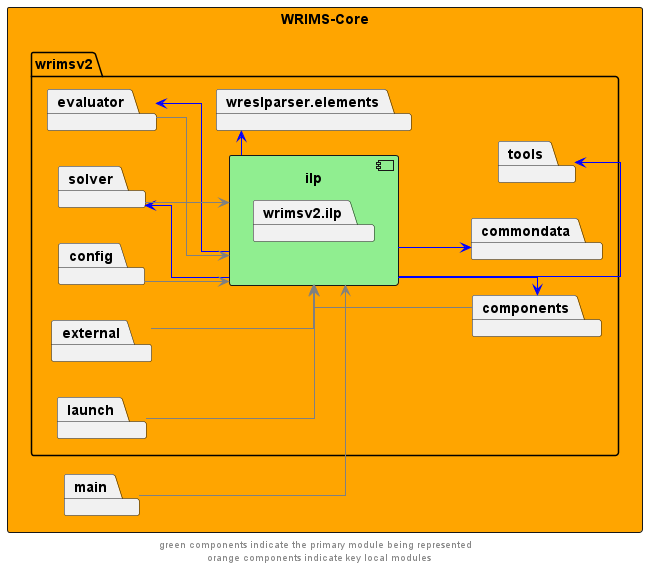
Above: docs/diagrams/wrims-core/wrims-core_ilp.png in CentralValleyModeling/wrims (PlantUML), before the change. Source of this version:
```plantuml
@startuml
left to right direction
skinparam linetype ortho

rectangle wrims_core as "WRIMS-Core" #orange {
        package wrimsv2{
            package ilp {
                component ilp #lightgreen {
                    package wrimsv2.ilp
                }
            }
        package commondata
        package components
        package evaluator
        package solver
        package tools
        package wreslparser.elements

        package config
        package external
        package launch
    }
package main
}

ilp -->  components #blue
components -left->  ilp #grey
ilp -left->  evaluator #blue
evaluator -->  ilp #grey
ilp -left->  solver #blue
solver -->  ilp #grey

ilp -->  commondata #blue
ilp -->  tools #blue
ilp -r->  wreslparser.elements #blue

config --> ilp #grey
external --> ilp #grey
launch --> ilp #grey

main --> ilp #grey


footer "green components indicate the primary module being represented \n orange components indicate key local modules"
@enduml
```
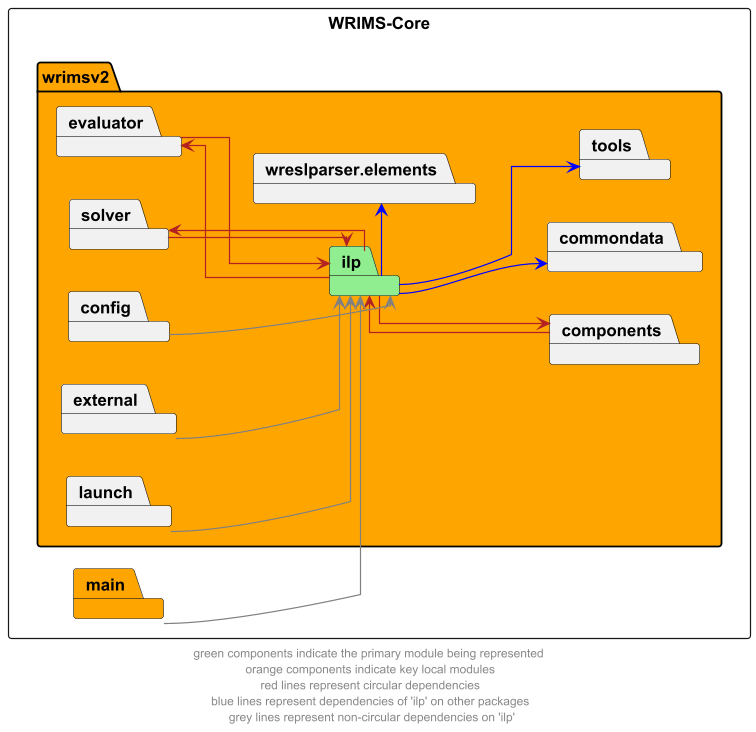
The same file after the commit.

The edit, as a diff of the source:
```diff
@@ -2,13 +2,9 @@
 left to right direction
 skinparam linetype ortho
 
-rectangle wrims_core as "WRIMS-Core" #orange {
-        package wrimsv2{
-            package ilp {
-                component ilp #lightgreen {
-                    package wrimsv2.ilp
-                }
-            }
+rectangle wrims_core as "WRIMS-Core" {
+    package wrimsv2 #orange {
+        package ilp #lightgreen
         package commondata
         package components
         package evaluator
@@ -20,15 +16,15 @@
         package external
         package launch
     }
-package main
+package main #orange
 }
 
-ilp -->  components #blue
-components -left->  ilp #grey
-ilp -left->  evaluator #blue
-evaluator -->  ilp #grey
-ilp -left->  solver #blue
-solver -->  ilp #grey
+ilp -->  components #firebrick
+components -left->  ilp #firebrick
+ilp -left->  evaluator #firebrick
+evaluator -->  ilp #firebrick
+ilp -left->  solver #firebrick
+solver -->  ilp #firebrick
 
 ilp -->  commondata #blue
 ilp -->  tools #blue
@@ -41,5 +37,5 @@
 main --> ilp #grey
 
 
-footer "green components indicate the primary module being represented \n orange components indicate key local modules"
+footer "green components indicate the primary module being represented \n orange components indicate key local modules \n red lines represent circular dependencies \n blue lines represent dependencies of 'ilp' on other packages \n grey lines represent non-circular dependencies on 'ilp'"
 @enduml
```
